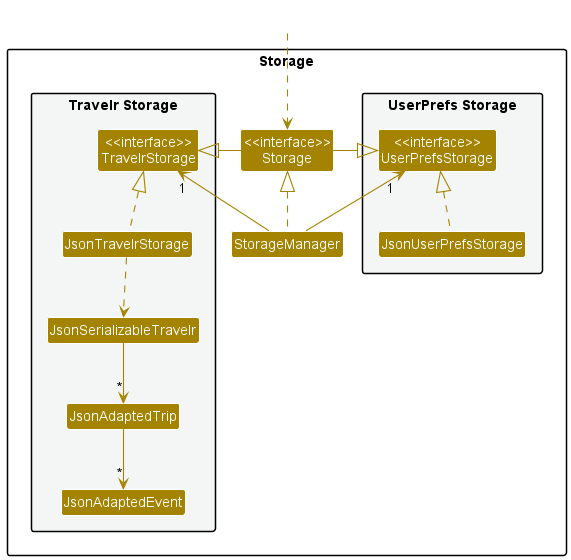
Before: docs/images/StorageClassDiagram.png, a diagram exported from PlantUML (nus-cs2103-AY2223S1/tp).
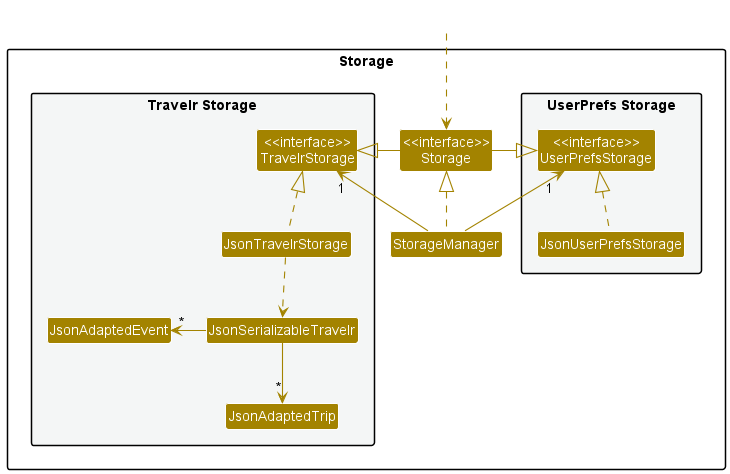
Above is the later version.

Change to the diagram source:
```diff
@@ -38,6 +38,6 @@
 JsonTravelrStorage .up.|> TravelrStorage
 JsonTravelrStorage ..> JsonSerializableTravelr
 JsonSerializableTravelr --> "*" JsonAdaptedTrip
-JsonAdaptedTrip --> "*" JsonAdaptedEvent
+JsonSerializableTravelr -left-> "*" JsonAdaptedEvent
 
 @enduml
```
